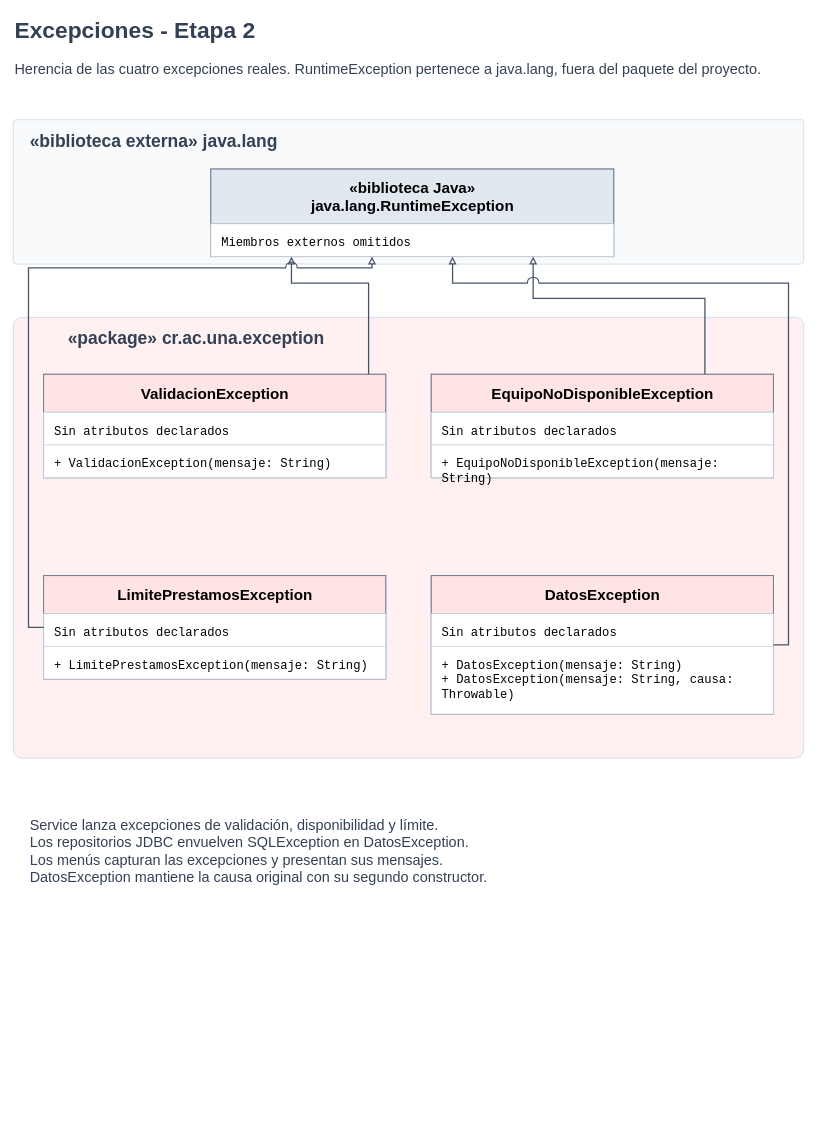
Before: page "05 - Excepciones" (5 of 6) of docs/etapa_1/diagramas/uml.drawio in JohnPQ2312/examen1progra3, a draw.io diagram. Source tidied: cells renumbered, new cells numbered last; positions are measured from the earlier drawing's top-left corner, leaving out a move shared by most shapes. Both pictures are drawn from the tidied source at 76%, with x=0, y=0 at pixel (13, 13).
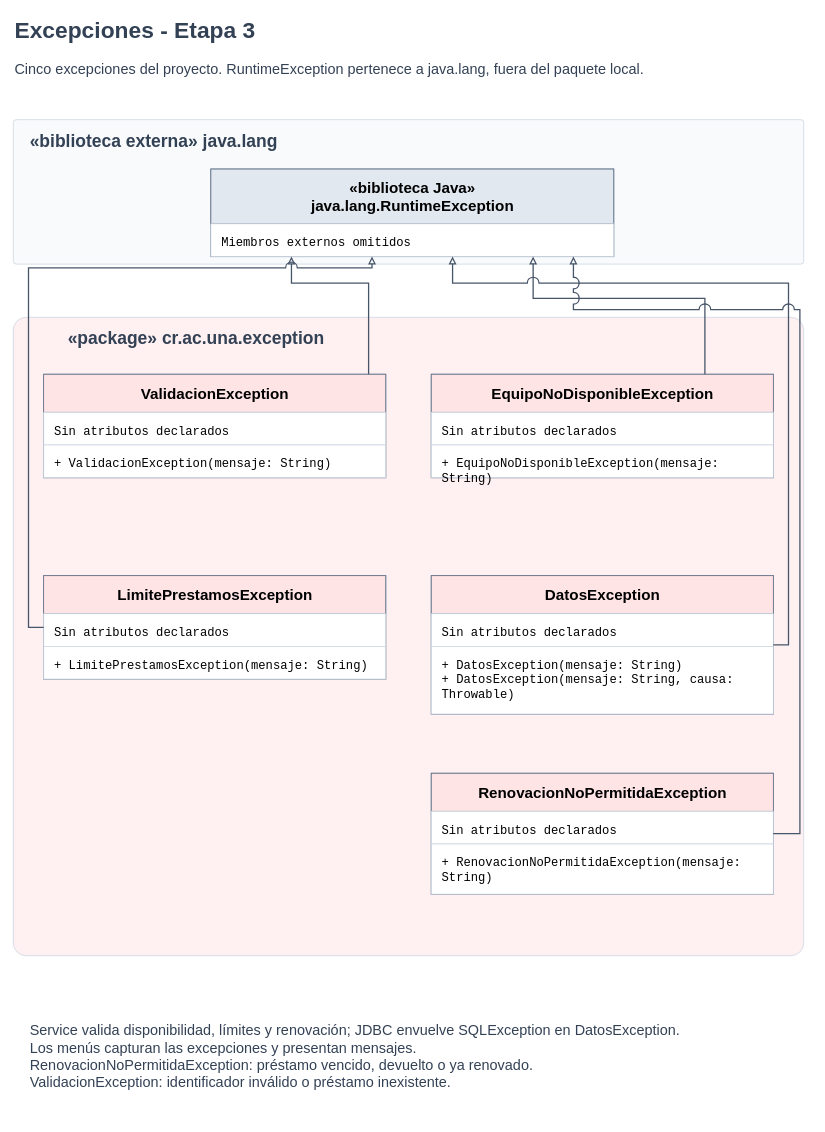
Above is the later version.

Unchanged cells that the change refers to:
```xml
<mxCell id="6" style="rounded=0;fillColor=#ffffff;strokeColor=#64748b;strokeWidth=1.5;" parent="1" vertex="1">
  <mxGeometry x="260" y="205" width="530" height="115" as="geometry" />
</mxCell>
```

What changed in the source:
```diff
@@
-    <mxCell id="2" value="Excepciones - Etapa 2" style="text;html=1;strokeColor=none;fillColor=none;align=left;verticalAlign=middle;fontFamily=Arial;fontSize=30;fontStyle=1;fontColor=#334155;" parent="1" vertex="1">
+    <mxCell id="2" value="Excepciones - Etapa 3" style="text;html=1;strokeColor=none;fillColor=none;align=left;verticalAlign=middle;fontFamily=Arial;fontSize=30;fontStyle=1;fontColor=#334155;" parent="1" vertex="1">
       <mxGeometry width="1050" height="44" as="geometry" />
     </mxCell>
-    <mxCell id="3" value="Herencia de las cuatro excepciones reales. RuntimeException pertenece a java.lang, fuera del paquete del proyecto." style="text;html=1;strokeColor=none;fillColor=none;align=left;verticalAlign=middle;fontFamily=Arial;fontSize=19;fontStyle=0;fontColor=#334155;" parent="1" vertex="1">
+    <mxCell id="3" value="Cinco excepciones del proyecto. RuntimeException pertenece a java.lang, fuera del paquete local." style="text;html=1;strokeColor=none;fillColor=none;align=left;verticalAlign=middle;fontFamily=Arial;fontSize=19;fontStyle=0;fontColor=#334155;" parent="1" vertex="1">
       <mxGeometry y="56" width="1050" height="38" as="geometry" />
     </mxCell>
@@
     <mxCell id="9" style="rounded=1;arcSize=2;fillColor=#fff1f2;strokeColor=#cbd5e1;" parent="1" vertex="1">
-      <mxGeometry y="400" width="1040" height="580" as="geometry" />
+      <mxGeometry y="400" width="1040" height="840" as="geometry" />
     </mxCell>
@@
-    <mxCell id="31" value="Service lanza excepciones de validación, disponibilidad y límite.&lt;br&gt;Los repositorios JDBC envuelven SQLException en DatosException.&lt;br&gt;Los menús capturan las excepciones y presentan sus mensajes.&lt;br&gt;DatosException mantiene la causa original con su segundo constructor." style="text;html=1;strokeColor=none;fillColor=none;align=left;verticalAlign=middle;fontFamily=Arial;fontSize=19;fontStyle=0;fontColor=#334155;" parent="1" vertex="1">
-      <mxGeometry x="20" y="1030" width="1010" height="145" as="geometry" />
+    <mxCell id="31" value="Service valida disponibilidad, límites y renovación; JDBC envuelve SQLException en DatosException.&lt;br&gt;Los menús capturan las excepciones y presentan mensajes.&lt;br&gt;RenovacionNoPermitidaException: préstamo vencido, devuelto o ya renovado.&lt;br&gt;ValidacionException: identificador inválido o préstamo inexistente." style="text;html=1;strokeColor=none;fillColor=none;align=left;verticalAlign=middle;fontFamily=Arial;fontSize=19;fontStyle=0;fontColor=#334155;" parent="1" vertex="1">
+      <mxGeometry x="20" y="1290" width="1010" height="165" as="geometry" />
     </mxCell>
+    <mxCell id="32" style="rounded=0;fillColor=#ffffff;strokeColor=#64748b;strokeWidth=1.5;" parent="1" vertex="1">
+      <mxGeometry x="550" y="1000" width="450" height="159" as="geometry" />
+    </mxCell>
+    <mxCell id="33" value="RenovacionNoPermitidaException" style="rounded=0;html=1;fillColor=#ffe4e6;strokeColor=#64748b;align=center;verticalAlign=middle;fontFamily=Arial;fontSize=20;fontStyle=1;" parent="32" vertex="1">
+      <mxGeometry width="450" height="50" as="geometry" />
+    </mxCell>
+    <mxCell id="34" value="Sin atributos declarados" style="rounded=0;html=1;fillColor=#ffffff;strokeColor=#cbd5e1;align=left;verticalAlign=top;spacingLeft=12;spacingTop=10;fontFamily=Consolas;fontSize=16;whiteSpace=wrap;" parent="32" vertex="1">
+      <mxGeometry y="50" width="450" height="43" as="geometry" />
+    </mxCell>
+    <mxCell id="35" value="+ RenovacionNoPermitidaException(mensaje:&lt;br&gt;  String)" style="rounded=0;html=1;fillColor=#ffffff;strokeColor=#cbd5e1;align=left;verticalAlign=top;spacingLeft=12;spacingTop=10;fontFamily=Consolas;fontSize=16;whiteSpace=wrap;" parent="32" vertex="1">
+      <mxGeometry y="93" width="450" height="66" as="geometry" />
+    </mxCell>
+    <mxCell id="36" style="edgeStyle=orthogonalEdgeStyle;noEdgeStyle=1;rounded=0;html=1;jettySize=18;strokeWidth=1.7;fontFamily=Arial;fontSize=16;strokeColor=#475569;fontColor=#475569;labelBackgroundColor=#ffffff;jumpStyle=arc;jumpSize=14;exitPerimeter=0;entryPerimeter=0;exitX=1;exitY=0.5;entryX=0.9;entryY=1;endArrow=block;endFill=0;" parent="1" edge="1" source="32" target="6">
+      <mxGeometry relative="1" as="geometry">
+        <Array as="points">
+          <mxPoint x="1035" y="1079.5" />
+          <mxPoint x="1035" y="390" />
+          <mxPoint x="737" y="390" />
+        </Array>
+      </mxGeometry>
+    </mxCell>
```
